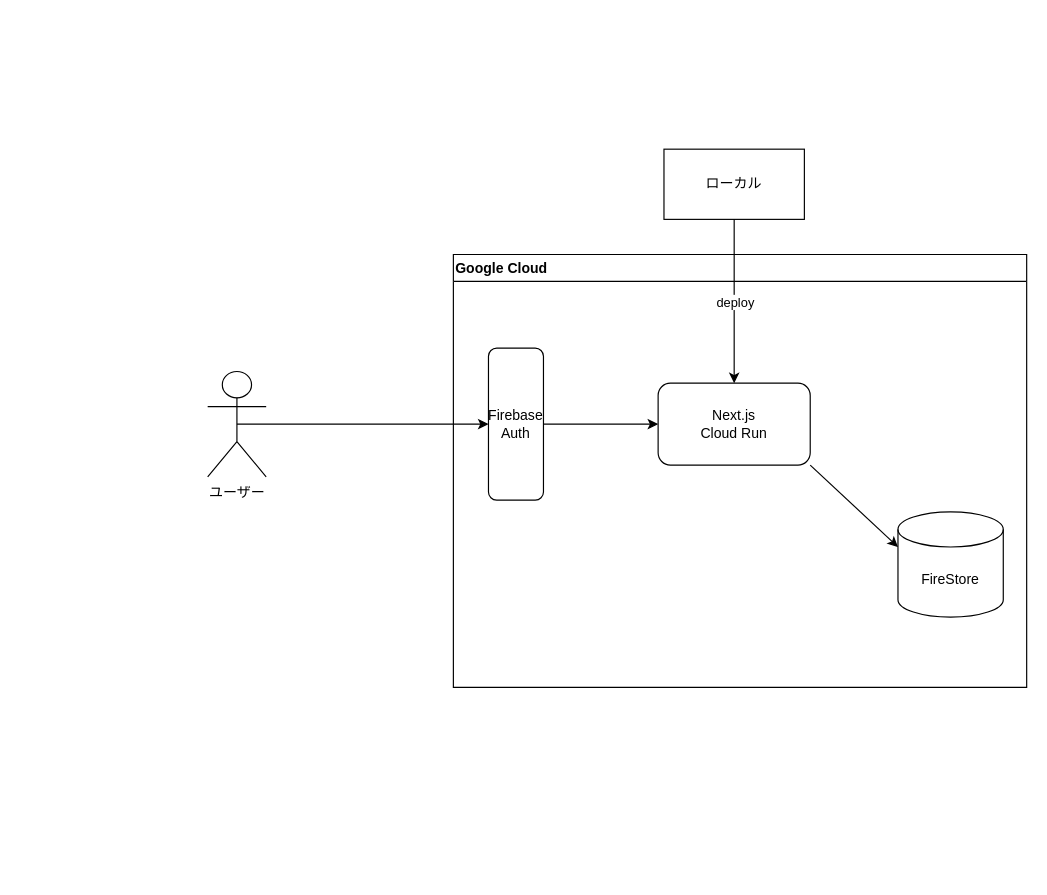
bamboo-house/BambooGPT keeps this draw.io diagram as docs/infrastructure.drawio. Above is the earlier version. Source tidied: cells renumbered, new cells numbered last; positions are measured from the earlier drawing's top-left corner, leaving out a move shared by most shapes. Both pictures are drawn from the tidied source at 117%, with x=0, y=0 at pixel (207, 149).
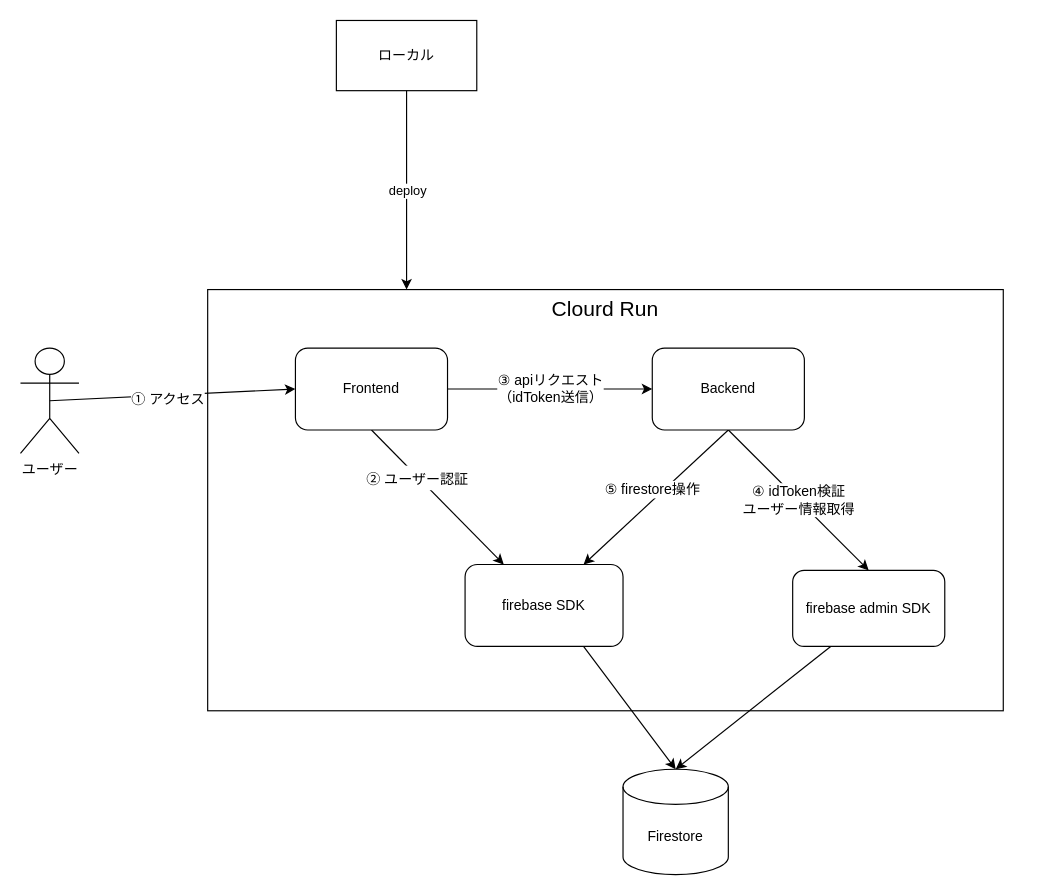
After the change.

Change to the diagram source:
```diff
@@
-    <mxCell id="2" value="&lt;div style=&quot;&quot;&gt;&lt;span style=&quot;background-color: initial;&quot;&gt;Google Cloud&lt;/span&gt;&lt;/div&gt;" style="swimlane;whiteSpace=wrap;html=1;startSize=23;align=left;" parent="1" vertex="1">
-      <mxGeometry x="210" y="90" width="490" height="370" as="geometry" />
-    </mxCell>
-    <mxCell id="3" value="Next.js&lt;br&gt;Cloud Run" style="rounded=1;whiteSpace=wrap;html=1;" parent="2" vertex="1">
-      <mxGeometry x="175" y="110" width="130" height="70" as="geometry" />
-    </mxCell>
-    <mxCell id="4" value="FireStore" style="shape=cylinder3;whiteSpace=wrap;html=1;boundedLbl=1;backgroundOutline=1;size=15;" parent="2" vertex="1">
-      <mxGeometry x="380" y="220" width="90" height="90" as="geometry" />
-    </mxCell>
-    <mxCell id="5" style="endArrow=classic;html=1;entryX=0;entryY=0;entryDx=0;entryDy=30;entryPerimeter=0;exitX=1;exitY=1;exitDx=0;exitDy=0;" parent="2" edge="1" source="3" target="4">
-      <mxGeometry relative="1" as="geometry" />
-    </mxCell>
-    <mxCell id="6" value="Firebase Auth" style="rounded=1;whiteSpace=wrap;html=1;" parent="2" vertex="1">
-      <mxGeometry x="30" y="80" width="47" height="130" as="geometry" />
-    </mxCell>
-    <mxCell id="7" style="edgeStyle=none;html=1;exitX=1;exitY=0.5;exitDx=0;exitDy=0;entryX=0;entryY=0.5;entryDx=0;entryDy=0;" parent="2" edge="1" source="6" target="3">
-      <mxGeometry relative="1" as="geometry" />
-    </mxCell>
+    <mxCell id="13" value="&lt;font style=&quot;font-size: 18px;&quot;&gt;Clourd Run&lt;/font&gt;" style="rounded=0;whiteSpace=wrap;html=1;horizontal=1;verticalAlign=top;" parent="1" vertex="1">
+      <mxGeometry y="120" width="680" height="360" as="geometry" />
+    </mxCell>
     <mxCell id="8" value="ローカル" style="rounded=0;whiteSpace=wrap;html=1;" parent="1" vertex="1">
-      <mxGeometry x="390" width="120" height="60" as="geometry" />
+      <mxGeometry x="110" y="-110" width="120" height="60" as="geometry" />
     </mxCell>
-    <mxCell id="9" style="endArrow=classic;html=1;exitX=0.5;exitY=1;exitDx=0;exitDy=0;entryX=0.5;entryY=0;entryDx=0;entryDy=0;" parent="1" edge="1" source="8" target="3">
+    <mxCell id="9" style="endArrow=classic;html=1;exitX=0.5;exitY=1;exitDx=0;exitDy=0;entryX=0.25;entryY=0;entryDx=0;entryDy=0;" parent="1" edge="1" source="8" target="13">
       <mxGeometry relative="1" as="geometry" />
     </mxCell>
@@
-    <mxCell id="11" style="edgeStyle=none;html=1;exitX=0.5;exitY=0.5;exitDx=0;exitDy=0;exitPerimeter=0;entryX=0;entryY=0.5;entryDx=0;entryDy=0;" parent="1" edge="1" source="12" target="6">
+    <mxCell id="11" style="edgeStyle=none;html=1;exitX=0.5;exitY=0.5;exitDx=0;exitDy=0;exitPerimeter=0;entryX=0;entryY=0.5;entryDx=0;entryDy=0;" parent="1" edge="1" source="12" target="22">
       <mxGeometry relative="1" as="geometry" />
     </mxCell>
+    <mxCell id="14" value="① アクセス" style="edgeLabel;html=1;align=center;verticalAlign=middle;fontSize=12;" parent="11" vertex="1">
+      <mxGeometry x="-0.05" y="-3" relative="1" as="geometry" />
+    </mxCell>
     <mxCell id="12" value="ユーザー" style="shape=umlActor;verticalLabelPosition=bottom;verticalAlign=top;html=1;" parent="1" vertex="1">
-      <mxGeometry y="190" width="50" height="90" as="geometry" />
+      <mxGeometry x="-160" y="170" width="50" height="90" as="geometry" />
     </mxCell>
+    <mxCell id="15" value="④ idToken検証&lt;br&gt;ユーザー情報取得" style="edgeStyle=none;html=1;exitX=0.5;exitY=1;exitDx=0;exitDy=0;entryX=0.5;entryY=0;entryDx=0;entryDy=0;fontSize=12;" parent="1" edge="1" source="18" target="24">
+      <mxGeometry relative="1" as="geometry" />
+    </mxCell>
+    <mxCell id="16" style="edgeStyle=none;html=1;exitX=0.5;exitY=1;exitDx=0;exitDy=0;entryX=0.75;entryY=0;entryDx=0;entryDy=0;fontSize=12;" parent="1" edge="1" source="18" target="25">
+      <mxGeometry relative="1" as="geometry" />
+    </mxCell>
+    <mxCell id="17" value="⑤ firestore操作" style="edgeLabel;html=1;align=center;verticalAlign=middle;fontSize=12;" parent="16" vertex="1">
+      <mxGeometry x="-0.27" y="2" relative="1" as="geometry">
+        <mxPoint x="-21" y="7" as="offset" />
+      </mxGeometry>
+    </mxCell>
+    <mxCell id="18" value="Backend" style="rounded=1;whiteSpace=wrap;html=1;" parent="1" vertex="1">
+      <mxGeometry x="380" y="170" width="130" height="70" as="geometry" />
+    </mxCell>
+    <mxCell id="5" style="endArrow=classic;html=1;entryX=0.5;entryY=0;entryDx=0;entryDy=0;entryPerimeter=0;exitX=0.75;exitY=1;exitDx=0;exitDy=0;" parent="1" edge="1" source="25" target="4">
+      <mxGeometry relative="1" as="geometry" />
+    </mxCell>
+    <mxCell id="4" value="Firestore" style="shape=cylinder3;whiteSpace=wrap;html=1;boundedLbl=1;backgroundOutline=1;size=15;" parent="1" vertex="1">
+      <mxGeometry x="355" y="530" width="90" height="90" as="geometry" />
+    </mxCell>
+    <mxCell id="19" style="edgeStyle=none;html=1;exitX=0.5;exitY=1;exitDx=0;exitDy=0;fontSize=18;" parent="1" edge="1" source="22" target="25">
+      <mxGeometry relative="1" as="geometry" />
+    </mxCell>
+    <mxCell id="20" value="&lt;font style=&quot;font-size: 12px;&quot;&gt;② ユーザー認証&lt;/font&gt;" style="edgeLabel;html=1;align=center;verticalAlign=middle;fontSize=18;" parent="19" vertex="1">
+      <mxGeometry x="-0.31" y="-1" relative="1" as="geometry" />
+    </mxCell>
+    <mxCell id="21" value="③ apiリクエスト&lt;br&gt;（idToken送信）" style="edgeStyle=none;html=1;exitX=1;exitY=0.5;exitDx=0;exitDy=0;fontSize=12;" parent="1" edge="1" source="22" target="18">
+      <mxGeometry relative="1" as="geometry" />
+    </mxCell>
+    <mxCell id="22" value="Frontend" style="rounded=1;whiteSpace=wrap;html=1;" parent="1" vertex="1">
+      <mxGeometry x="75" y="170" width="130" height="70" as="geometry" />
+    </mxCell>
+    <mxCell id="23" style="edgeStyle=none;html=1;exitX=0.25;exitY=1;exitDx=0;exitDy=0;entryX=0.5;entryY=0;entryDx=0;entryDy=0;entryPerimeter=0;fontSize=12;" parent="1" edge="1" source="24" target="4">
+      <mxGeometry relative="1" as="geometry" />
+    </mxCell>
+    <mxCell id="24" value="firebase admin SDK" style="rounded=1;whiteSpace=wrap;html=1;" parent="1" vertex="1">
+      <mxGeometry x="500" y="360" width="130" height="65" as="geometry" />
+    </mxCell>
+    <mxCell id="25" value="firebase SDK" style="rounded=1;whiteSpace=wrap;html=1;" parent="1" vertex="1">
+      <mxGeometry x="220" y="355" width="135" height="70" as="geometry" />
+    </mxCell>
```
